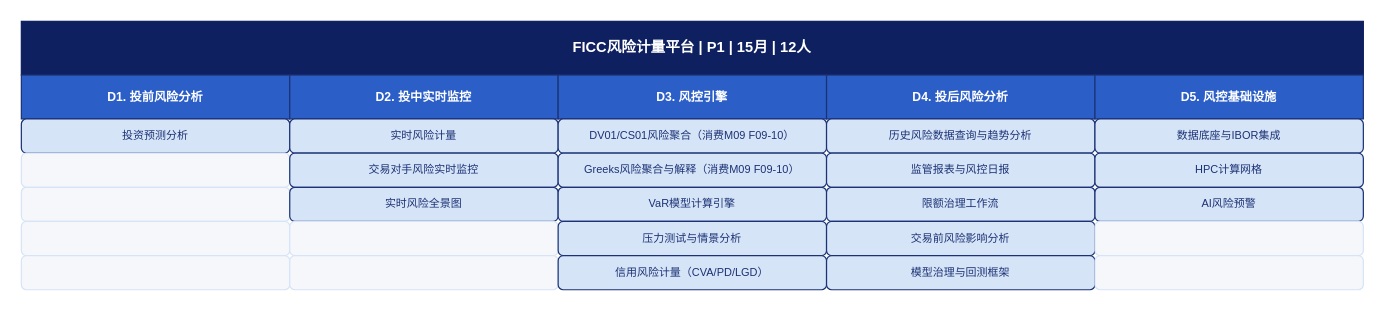
BellyFish99/ficc-projDocs keeps this draw.io diagram as Feasibility_analysis/drawio/detail_04_FICC风险计量平台.drawio. Above is the earlier version. Source tidied: cells renumbered, new cells numbered last; positions are measured from the earlier drawing's top-left corner, leaving out a move shared by most shapes. Both pictures are drawn from the tidied source at 122%, with x=0, y=0 at pixel (21, 21).
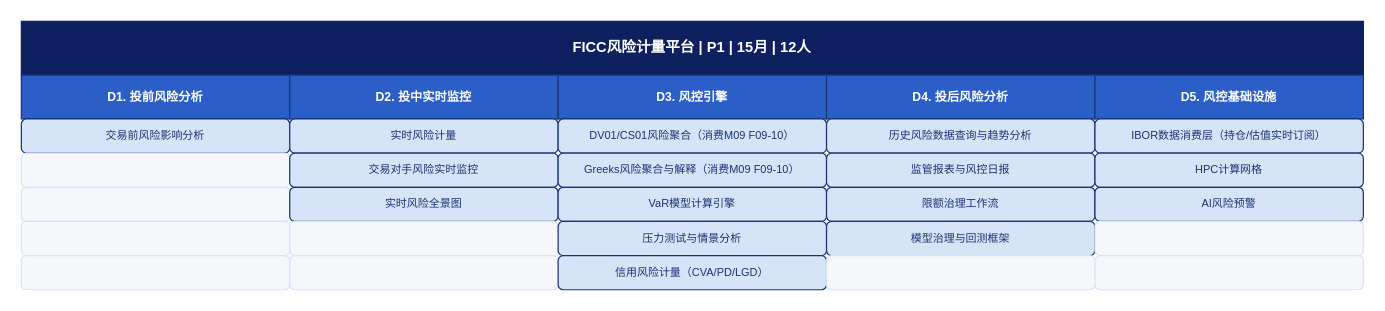
After the change.

The edit, as a diff of the source:
```diff
@@
-    <mxCell id="8" value="投资预测分析" style="rounded=1;whiteSpace=wrap;html=1;fillColor=#D6E4F7;fontColor=#1B3275;strokeColor=#1B3275;fontSize=9;align=center;verticalAlign=middle;" parent="1" vertex="1">
+    <mxCell id="8" value="交易前风险影响分析" style="rounded=1;whiteSpace=wrap;html=1;fillColor=#D6E4F7;fontColor=#1B3275;strokeColor=#1B3275;fontSize=9;align=center;verticalAlign=middle;" parent="1" vertex="1">
       <mxGeometry y="80" width="220" height="28" as="geometry" />
     </mxCell>
@@
-    <mxCell id="12" value="数据底座与IBOR集成" style="rounded=1;whiteSpace=wrap;html=1;fillColor=#D6E4F7;fontColor=#1B3275;strokeColor=#1B3275;fontSize=9;align=center;verticalAlign=middle;" parent="1" vertex="1">
+    <mxCell id="12" value="IBOR数据消费层（持仓/估值实时订阅）" style="rounded=1;whiteSpace=wrap;html=1;fillColor=#D6E4F7;fontColor=#1B3275;strokeColor=#1B3275;fontSize=9;align=center;verticalAlign=middle;" parent="1" vertex="1">
       <mxGeometry x="880" y="80" width="220" height="28" as="geometry" />
     </mxCell>
@@
-    <mxCell id="26" value="交易前风险影响分析" style="rounded=1;whiteSpace=wrap;html=1;fillColor=#D6E4F7;fontColor=#1B3275;strokeColor=#1B3275;fontSize=9;align=center;verticalAlign=middle;" parent="1" vertex="1">
+    <mxCell id="26" value="模型治理与回测框架" style="rounded=1;whiteSpace=wrap;html=1;fillColor=#D6E4F7;fontColor=#1B3275;strokeColor=#1B3275;fontSize=9;align=center;verticalAlign=middle;" parent="1" vertex="1">
       <mxGeometry x="660" y="164" width="220" height="28" as="geometry" />
     </mxCell>
@@
-    <mxCell id="31" value="模型治理与回测框架" style="rounded=1;whiteSpace=wrap;html=1;fillColor=#D6E4F7;fontColor=#1B3275;strokeColor=#1B3275;fontSize=9;align=center;verticalAlign=middle;" parent="1" vertex="1">
+    <mxCell id="31" style="rounded=1;whiteSpace=wrap;html=1;fillColor=#F5F7FA;fontColor=#F5F7FA;strokeColor=#D6E4F7;fontSize=9;" parent="1" vertex="1">
       <mxGeometry x="660" y="192" width="220" height="28" as="geometry" />
     </mxCell>
```
